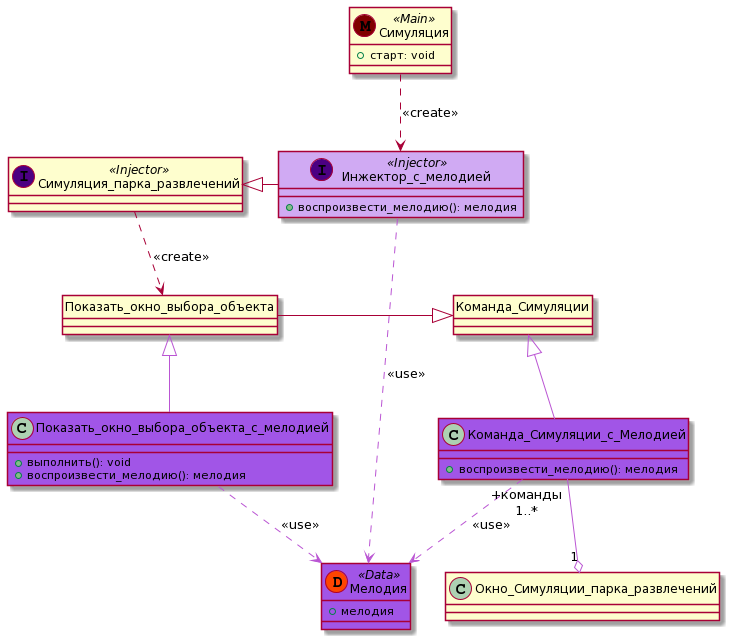
Above: description/images-ru/class-develop-music-1.png in mzhirko/amusement-park (PlantUML), before the change.
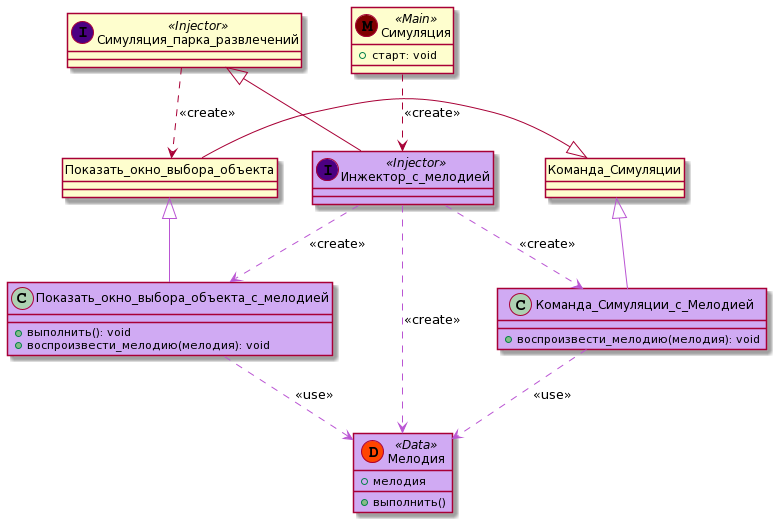
After the change.

What changed in the source:
```diff
@@ -1,6 +1,8 @@
 @startuml
 Симуляция ..> Инжектор_с_мелодией: <<create>>
-Инжектор_с_мелодией .[#MediumOrchid].> Мелодия: <<use>>
+Инжектор_с_мелодией .[#MediumOrchid].> Мелодия: <<create>>
+Инжектор_с_мелодией .[#MediumOrchid].> Команда_Симуляции_с_Мелодией: <<create>>
+Инжектор_с_мелодией .[#MediumOrchid].> Показать_окно_выбора_объекта_с_мелодией: <<create>>
 Симуляция_парка_развлечений <|- Инжектор_с_мелодией
 Показать_окно_выбора_объекта <|-[#MediumOrchid]- Показать_окно_выбора_объекта_с_мелодией
 Команда_Симуляции <|-[#MediumOrchid]- Команда_Симуляции_с_Мелодией
@@ -11,15 +13,14 @@
 }
 
 class Инжектор_с_мелодией << (I,Indigo) Injector >> #D0AAF3 {
-+ воспроизвести_мелодию(): мелодия
 }
 
 class Показать_окно_выбора_объекта {
 }
 
-class Показать_окно_выбора_объекта_с_мелодией #A155E7 {
+class Показать_окно_выбора_объекта_с_мелодией #D0AAF3 {
     + выполнить(): void
-    + воспроизвести_мелодию(): мелодия
+    + воспроизвести_мелодию(мелодия): void
 }
 
 class Симуляция << (M,Maroon) Main >> {
@@ -29,12 +30,13 @@
 class Команда_Симуляции {
 }
 
-class Команда_Симуляции_с_Мелодией #A155E7 {
-    + воспроизвести_мелодию(): мелодия
+class Команда_Симуляции_с_Мелодией #D0AAF3 {
+    + воспроизвести_мелодию(мелодия): void
 }
 
-class Мелодия << (D,OrangeRed) Data>> #A155E7 {
+class Мелодия << (D,OrangeRed) Data>> #D0AAF3 {
     + мелодия
+    + выполнить()
 }
 
 hide Показать_окно_выбора_объекта circle
@@ -42,5 +44,4 @@
 
 Симуляция_парка_развлечений ..> Показать_окно_выбора_объекта: <<create>>
 Показать_окно_выбора_объекта -|> Команда_Симуляции
-Команда_Симуляции_с_Мелодией " +команды\n 1..*" -[#MediumOrchid]-o "1" Окно_Симуляции_парка_развлечений
 @enduml
```
